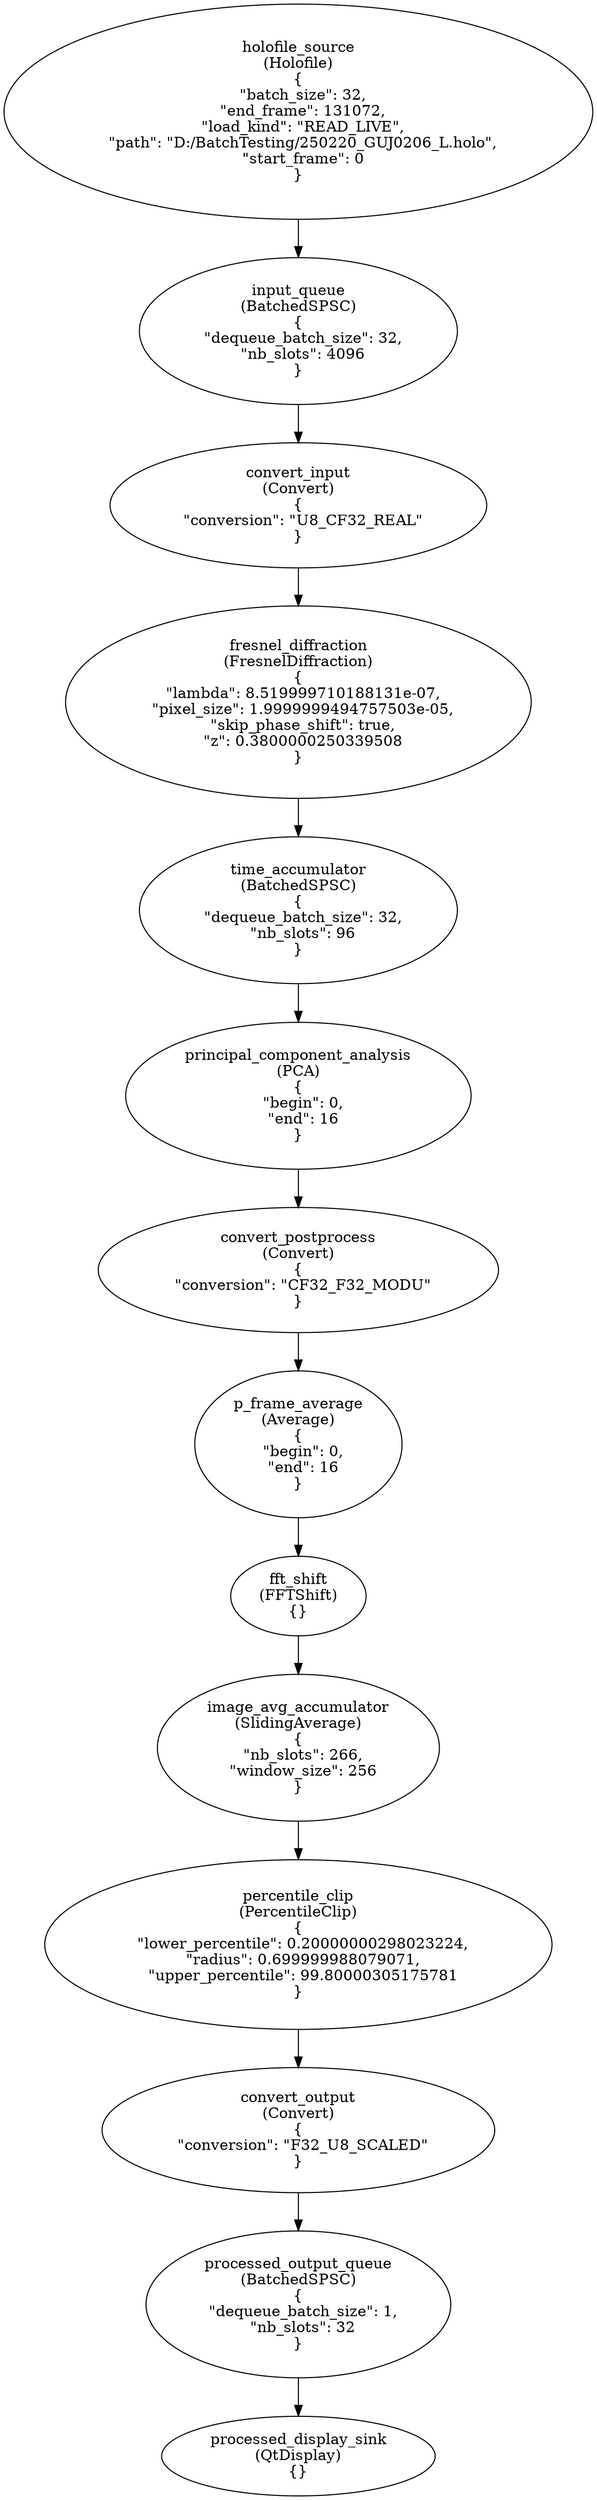
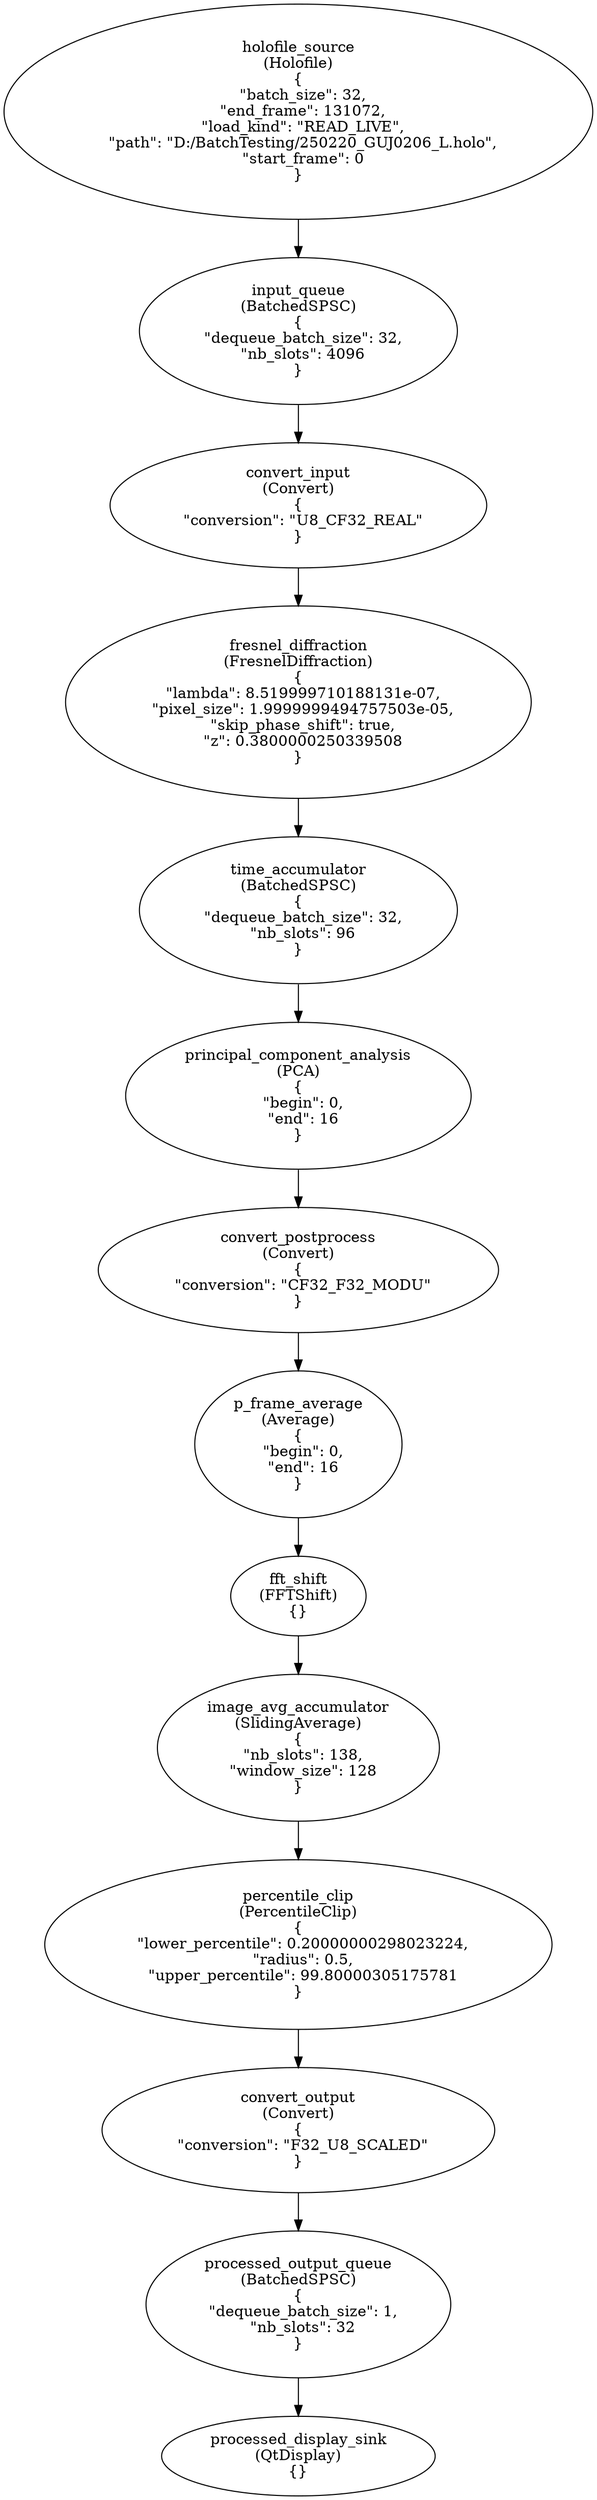
digraph G {
0[label="holofile_source\n(Holofile)\n{
  \"batch_size\": 32,
  \"end_frame\": 131072,
  \"load_kind\": \"READ_LIVE\",
  \"path\": \"D:/BatchTesting/250220_GUJ0206_L.holo\",
  \"start_frame\": 0
}"];
1[label="input_queue\n(BatchedSPSC)\n{
  \"dequeue_batch_size\": 32,
  \"nb_slots\": 4096
}"];
2[label="convert_input\n(Convert)\n{
  \"conversion\": \"U8_CF32_REAL\"
}"];
3[label="fresnel_diffraction\n(FresnelDiffraction)\n{
  \"lambda\": 8.519999710188131e-07,
  \"pixel_size\": 1.9999999494757503e-05,
  \"skip_phase_shift\": true,
  \"z\": 0.3800000250339508
}"];
4[label="time_accumulator\n(BatchedSPSC)\n{
  \"dequeue_batch_size\": 32,
  \"nb_slots\": 96
}"];
5[label="principal_component_analysis\n(PCA)\n{
  \"begin\": 0,
  \"end\": 16
}"];
6[label="convert_postprocess\n(Convert)\n{
  \"conversion\": \"CF32_F32_MODU\"
}"];
7[label="p_frame_average\n(Average)\n{
  \"begin\": 0,
  \"end\": 16
}"];
8[label="fft_shift\n(FFTShift)\n{}"];
9[label="image_avg_accumulator\n(SlidingAverage)\n{
-   \"nb_slots\": 266,
-   \"window_size\": 256
+   \"nb_slots\": 138,
+   \"window_size\": 128
}"];
10[label="percentile_clip\n(PercentileClip)\n{
  \"lower_percentile\": 0.20000000298023224,
-   \"radius\": 0.699999988079071,
+   \"radius\": 0.5,
  \"upper_percentile\": 99.80000305175781
}"];
11[label="convert_output\n(Convert)\n{
  \"conversion\": \"F32_U8_SCALED\"
}"];
12[label="processed_output_queue\n(BatchedSPSC)\n{
  \"dequeue_batch_size\": 1,
  \"nb_slots\": 32
}"];
13[label="processed_display_sink\n(QtDisplay)\n{}"];
0->1 ;
1->2 ;
2->3 ;
3->4 ;
4->5 ;
5->6 ;
6->7 ;
7->8 ;
8->9 ;
9->10 ;
10->11 ;
11->12 ;
12->13 ;
}
